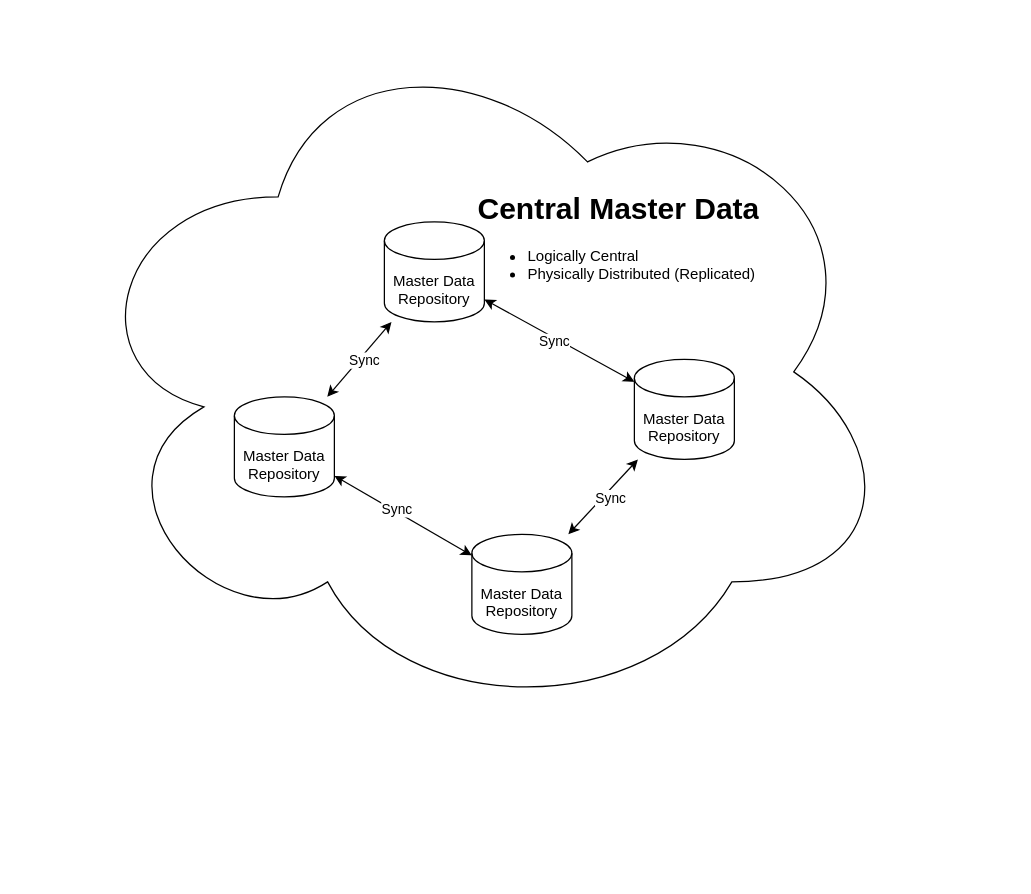
gs1-germany-innolab/block4log-concept-development keeps this draw.io diagram as page "DistributedDB" (1 of 2) of pix/b4l-masterdata-digital-link.drawio. Above is the earlier version. Source tidied: cells renumbered, new cells numbered last; positions are measured from the earlier drawing's top-left corner, leaving out a move shared by most shapes. Both pictures are drawn from the tidied source at 125%, with x=0, y=0 at pixel (71, 21).
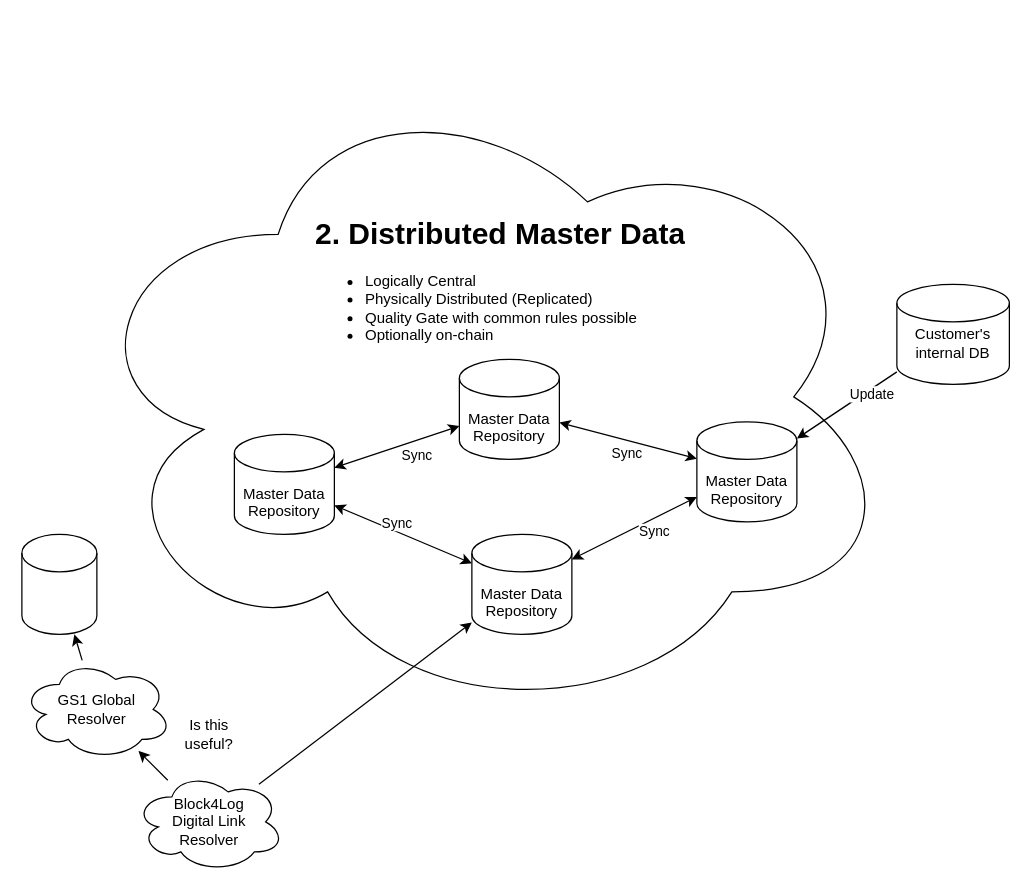
Above is the later version.

Unchanged cells that the change refers to:
```xml
<mxCell id="6" value="&lt;br&gt;&lt;br&gt;Master Data&lt;br&gt;Repository" style="shape=cylinder2;whiteSpace=wrap;html=1;boundedLbl=1;backgroundOutline=1;size=15;" parent="1" vertex="1">
  <mxGeometry x="320" y="410" width="80" height="80" as="geometry" />
</mxCell>
```

What changed in the source:
```diff
@@
     <mxCell id="2" style="ellipse;shape=cloud;whiteSpace=wrap;html=1;" parent="1" vertex="1">
-      <mxGeometry width="660" height="560" as="geometry" />
+      <mxGeometry y="40" width="660" height="520" as="geometry" />
     </mxCell>
     <mxCell id="3" value="&lt;br&gt;&lt;br&gt;Master Data&lt;br&gt;Repository" style="shape=cylinder2;whiteSpace=wrap;html=1;boundedLbl=1;backgroundOutline=1;size=15;" parent="1" vertex="1">
-      <mxGeometry x="130" y="300" width="80" height="80" as="geometry" />
+      <mxGeometry x="130" y="330" width="80" height="80" as="geometry" />
     </mxCell>
     <mxCell id="4" value="&lt;br&gt;&lt;br&gt;Master Data&lt;br&gt;Repository" style="shape=cylinder2;whiteSpace=wrap;html=1;boundedLbl=1;backgroundOutline=1;size=15;" parent="1" vertex="1">
-      <mxGeometry x="250" y="160" width="80" height="80" as="geometry" />
+      <mxGeometry x="310" y="270" width="80" height="80" as="geometry" />
     </mxCell>
     <mxCell id="5" value="&lt;br&gt;&lt;br&gt;Master Data&lt;br&gt;Repository" style="shape=cylinder2;whiteSpace=wrap;html=1;boundedLbl=1;backgroundOutline=1;size=15;" parent="1" vertex="1">
-      <mxGeometry x="450" y="270" width="80" height="80" as="geometry" />
+      <mxGeometry x="500" y="320" width="80" height="80" as="geometry" />
     </mxCell>
@@
-    <mxCell id="15" value="&lt;h1&gt;Central Master Data&lt;br&gt;&lt;/h1&gt;&lt;ul&gt;&lt;li&gt;Logically Central&lt;/li&gt;&lt;li&gt;Physically Distributed (Replicated)&lt;br&gt;&lt;/li&gt;&lt;/ul&gt;" style="text;html=1;strokeColor=none;fillColor=none;spacing=5;spacingTop=-20;whiteSpace=wrap;overflow=hidden;rounded=0;" parent="1" vertex="1">
-      <mxGeometry x="320" y="130" width="235" height="120" as="geometry" />
+    <mxCell id="15" value="&lt;h1&gt;2. Distributed Master Data&lt;br&gt;&lt;/h1&gt;&lt;ul&gt;&lt;li&gt;Logically Central&lt;/li&gt;&lt;li&gt;Physically Distributed (Replicated)&lt;/li&gt;&lt;li&gt;Quality Gate with common rules possible&lt;/li&gt;&lt;li&gt;Optionally on-chain&lt;br&gt;&lt;/li&gt;&lt;/ul&gt;" style="text;html=1;strokeColor=none;fillColor=none;spacing=5;spacingTop=-20;whiteSpace=wrap;overflow=hidden;rounded=0;" parent="1" vertex="1">
+      <mxGeometry x="190" y="150" width="365" height="120" as="geometry" />
     </mxCell>
+    <mxCell id="16" value="Block4Log&lt;br&gt;Digital Link&lt;br&gt;Resolver" style="ellipse;shape=cloud;whiteSpace=wrap;html=1;" parent="1" vertex="1">
+      <mxGeometry x="50" y="600" width="120" height="80" as="geometry" />
+    </mxCell>
+    <mxCell id="17" style="endArrow=classic;html=1;" parent="1" edge="1" source="16" target="6">
+      <mxGeometry relative="1" as="geometry" />
+    </mxCell>
+    <mxCell id="18" style="endArrow=classic;html=1;" parent="1" edge="1" source="16" target="19">
+      <mxGeometry relative="1" as="geometry" />
+    </mxCell>
+    <mxCell id="19" value="GS1 Global&lt;br&gt;Resolver" style="ellipse;shape=cloud;whiteSpace=wrap;html=1;" parent="1" vertex="1">
+      <mxGeometry x="-40" y="510" width="120" height="80" as="geometry" />
+    </mxCell>
+    <mxCell id="20" style="shape=cylinder2;whiteSpace=wrap;html=1;boundedLbl=1;backgroundOutline=1;size=15;" parent="1" vertex="1">
+      <mxGeometry x="-40" y="410" width="60" height="80" as="geometry" />
+    </mxCell>
+    <mxCell id="21" style="endArrow=classic;html=1;" parent="1" edge="1" source="19" target="20">
+      <mxGeometry relative="1" as="geometry" />
+    </mxCell>
+    <mxCell id="22" value="&lt;br&gt;Customer's&lt;br&gt;internal DB" style="shape=cylinder2;whiteSpace=wrap;html=1;boundedLbl=1;backgroundOutline=1;size=15;" parent="1" vertex="1">
+      <mxGeometry x="660" y="210" width="90" height="80" as="geometry" />
+    </mxCell>
+    <mxCell id="23" style="endArrow=classic;html=1;" parent="1" edge="1" source="22" target="5">
+      <mxGeometry relative="1" as="geometry" />
+    </mxCell>
+    <mxCell id="24" value="Update" style="edgeLabel;html=1;align=center;verticalAlign=middle;" parent="23" vertex="1">
+      <mxGeometry x="-0.44" y="3" relative="1" as="geometry" />
+    </mxCell>
+    <mxCell id="25" value="Is this useful?" style="text;html=1;strokeColor=none;fillColor=none;align=center;verticalAlign=middle;whiteSpace=wrap;rounded=0;" parent="1" vertex="1">
+      <mxGeometry x="90" y="560" width="40" height="20" as="geometry" />
+    </mxCell>
```
